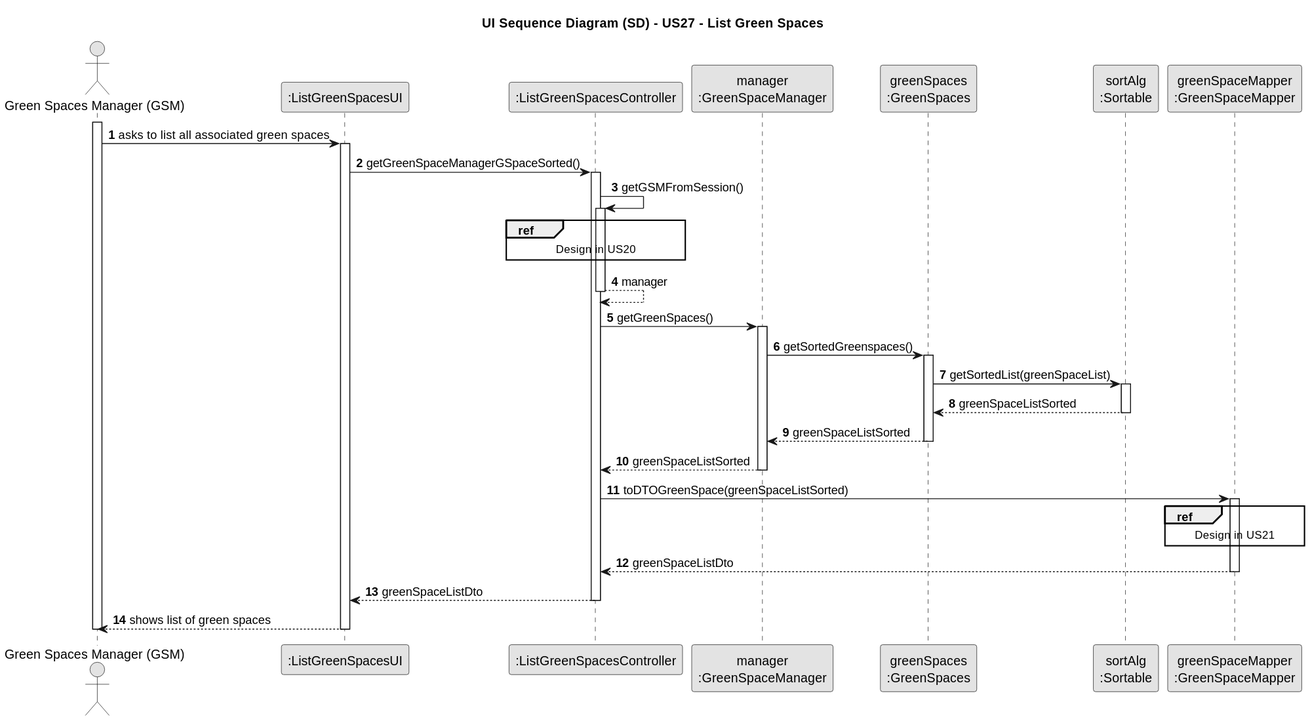
Before: docs/sprint3/us27/03.design/svg/us27-sequence-diagram.svg, a diagram exported from PlantUML (Departamento-de-Engenharia-Informatica/lei-24-s2-1db-g022).
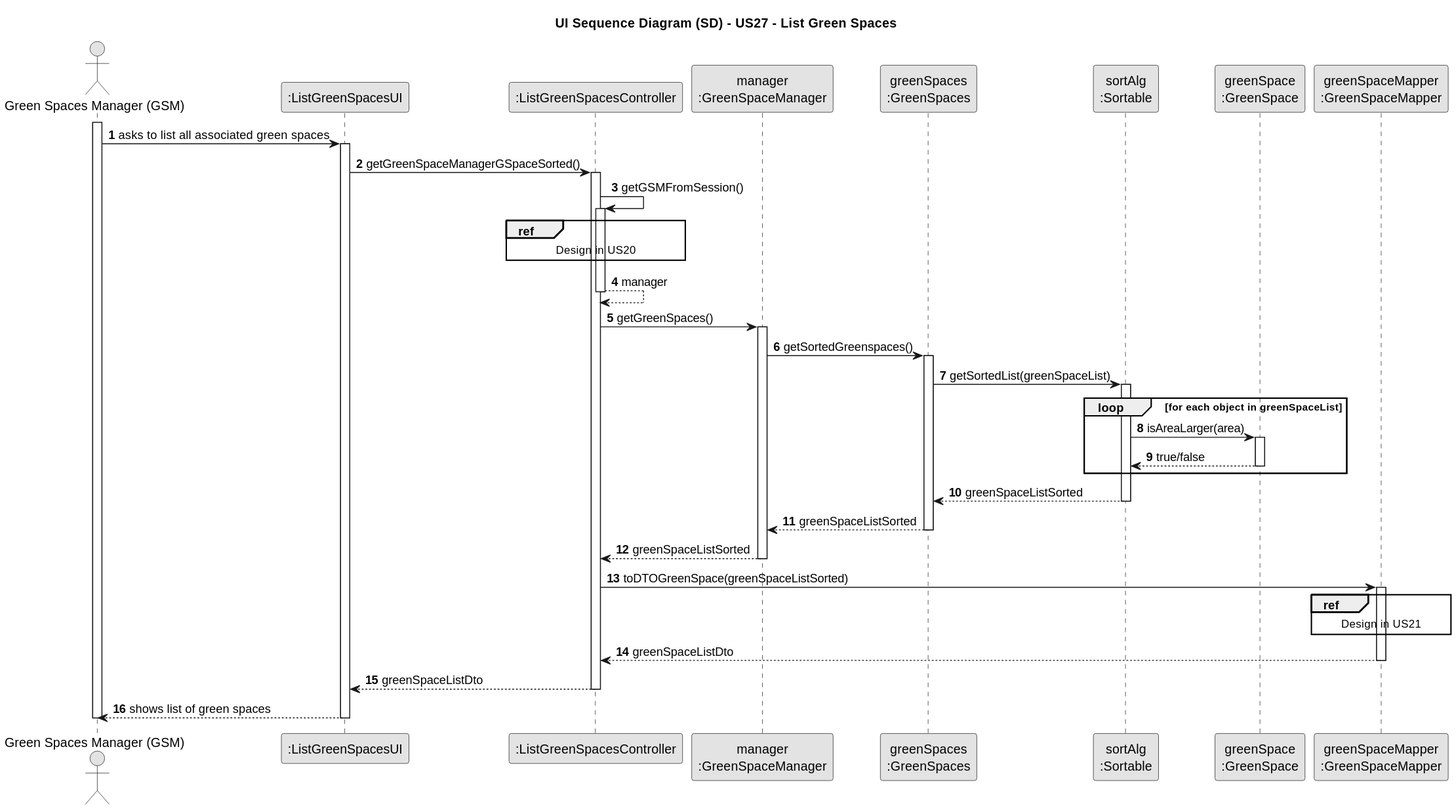
Above is the later version.

Diff of the diagram source:
```diff
@@ -13,6 +13,7 @@
 participant "manager\n:GreenSpaceManager" as GSMO
 participant "greenSpaces\n:GreenSpaces" as GSL
 participant "sortAlg\n:Sortable" as SA
+participant "greenSpace\n:GreenSpace" as GS
 participant "greenSpaceMapper\n:GreenSpaceMapper" as GSMP
 
 activate GSM
@@ -42,6 +43,16 @@
         GSL -> SA : getSortedList(greenSpaceList)
     activate SA
 
+        loop for each object in greenSpaceList
+
+            SA -> GS : isAreaLarger(area)
+        activate GS
+
+            GS --> SA : true/false
+        deactivate GS
+
+        end
+
         SA --> GSL : greenSpaceListSorted
     deactivate SA
 
```
